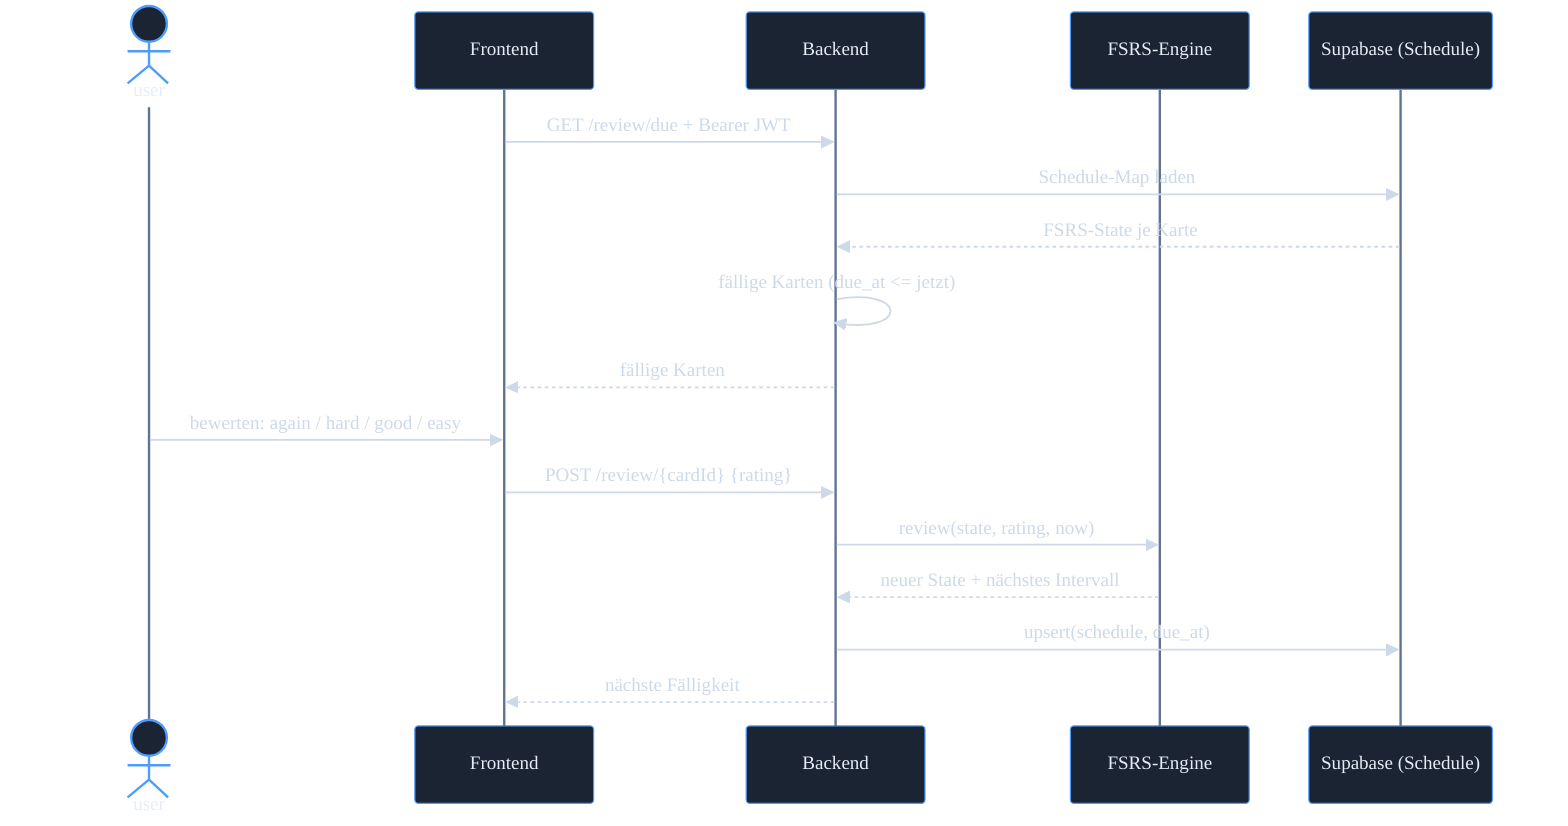
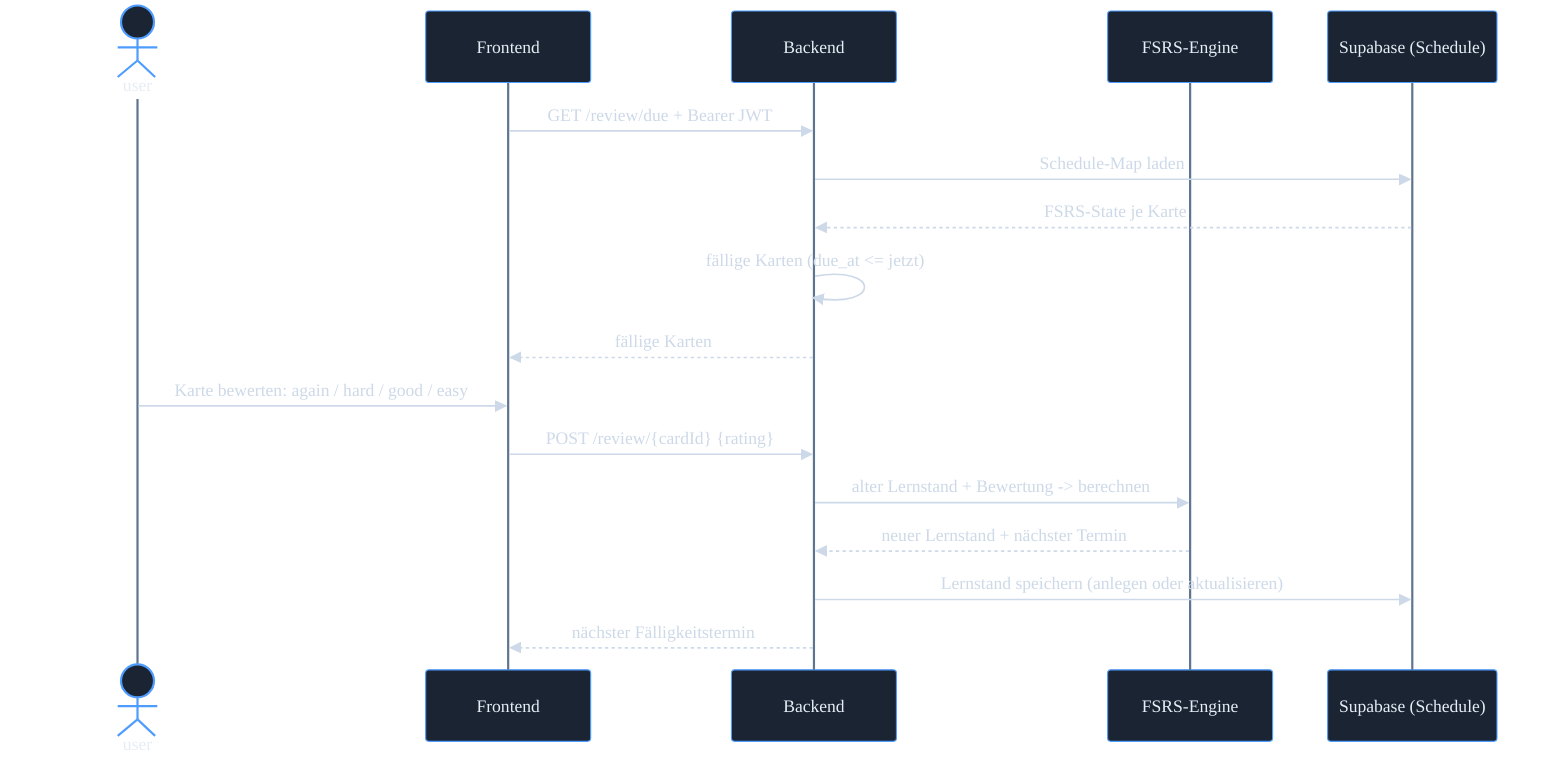
%%{init: {"theme":"base","themeVariables":{"fontFamily":"Segoe UI, system-ui, sans-serif","primaryColor":"#1b2433","primaryTextColor":"#e6edf6","primaryBorderColor":"#4f9cff","lineColor":"#8094ad","textColor":"#e6edf6","actorBkg":"#1b2433","actorBorder":"#4f9cff","actorTextColor":"#e6edf6","actorLineColor":"#5f7491","signalColor":"#cdd9e8","signalTextColor":"#cdd9e8","labelBoxBkgColor":"#15263f","labelBoxBorderColor":"#324259","labelTextColor":"#e6edf6","loopTextColor":"#e6edf6","noteBkgColor":"#2a2410","noteTextColor":"#f0e2bf","noteBorderColor":"#f0a93b"}}}%%
sequenceDiagram
  actor U as user
  participant FE as Frontend
  participant BE as Backend
  participant FS as FSRS-Engine
  participant DB as Supabase (Schedule)
  FE->>BE: GET /review/due  +  Bearer JWT
  BE->>DB: Schedule-Map laden
  DB-->>BE: FSRS-State je Karte
  BE->>BE: fällige Karten (due_at <= jetzt)
  BE-->>FE: fällige Karten
-   U->>FE: bewerten: again / hard / good / easy
+   U->>FE: Karte bewerten: again / hard / good / easy
  FE->>BE: POST /review/{cardId} {rating}
-   BE->>FS: review(state, rating, now)
-   FS-->>BE: neuer State + nächstes Intervall
-   BE->>DB: upsert(schedule, due_at)
-   BE-->>FE: nächste Fälligkeit
+   BE->>FS: alter Lernstand + Bewertung -> berechnen
+   FS-->>BE: neuer Lernstand + nächster Termin
+   BE->>DB: Lernstand speichern (anlegen oder aktualisieren)
+   BE-->>FE: nächster Fälligkeitstermin
